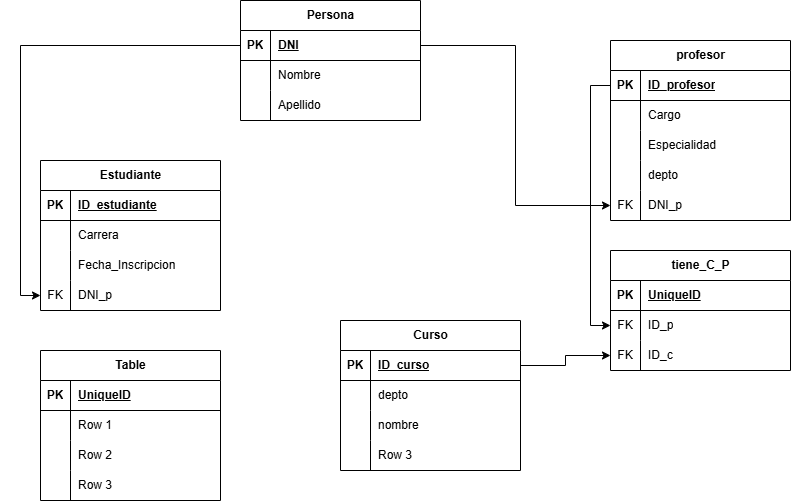
Earlier version of the draw.io export Diagramas_E_R/Diagrama_actividad_3.drawio.png (Gabitoto/Bases-de-Datos). Source tidied: cells renumbered, new cells last; positions are measured from the earlier drawing's top-left corner, leaving out a move shared by most shapes.
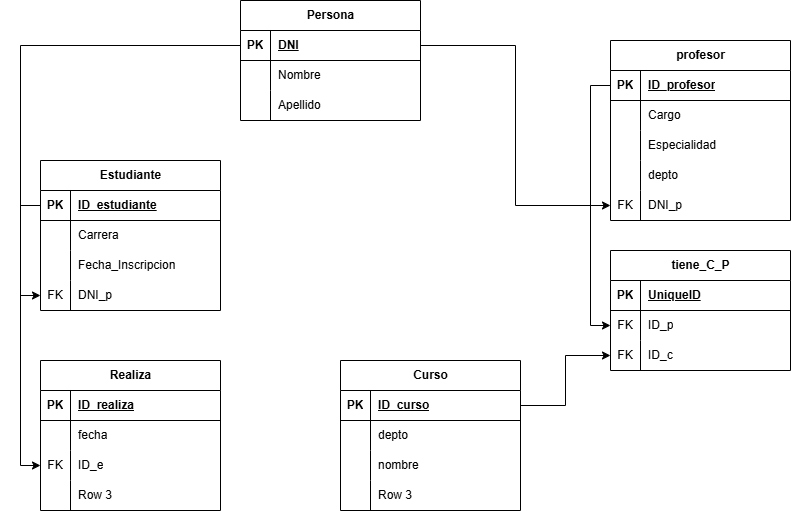
The same diagram one commit later.

Diff of the diagram source:
```diff
@@ -128,8 +128,8 @@
     <mxCell id="43" style="edgeStyle=orthogonalEdgeStyle;rounded=0;jettySize=auto;html=1;exitX=1;exitY=0.5;exitDx=0;exitDy=0;entryX=0;entryY=0.5;entryDx=0;entryDy=0;" parent="1" edge="1" source="3" target="40">
       <mxGeometry relative="1" as="geometry" />
     </mxCell>
-    <mxCell id="44" value="Table" style="shape=table;startSize=30;rowLines=0;fontStyle=1;align=center;html=1;" parent="1" vertex="1">
-      <mxGeometry x="40" y="350" width="180" height="150" as="geometry" />
+    <mxCell id="44" value="Realiza" style="shape=table;startSize=30;rowLines=0;fontStyle=1;align=center;html=1;" parent="1" vertex="1">
+      <mxGeometry x="40" y="360" width="180" height="150" as="geometry" />
     </mxCell>
     <mxCell id="45" style="shape=tableRow;horizontal=0;startSize=0;swimlaneHead=0;swimlaneBody=0;fillColor=none;top=0;left=0;right=0;bottom=1;" parent="44" vertex="1">
       <mxGeometry y="30" width="180" height="30" as="geometry" />
@@ -137,7 +137,7 @@
     <mxCell id="46" value="PK" style="shape=partialRectangle;fillColor=none;top=0;left=0;bottom=0;right=0;fontStyle=1;overflow=hidden;whiteSpace=wrap;html=1;" parent="45" vertex="1">
       <mxGeometry width="30" height="30" as="geometry" />
     </mxCell>
-    <mxCell id="47" value="UniqueID" style="shape=partialRectangle;fillColor=none;top=0;left=0;bottom=0;right=0;align=left;spacingLeft=6;fontStyle=5;overflow=hidden;whiteSpace=wrap;html=1;" parent="45" vertex="1">
+    <mxCell id="47" value="ID_realiza" style="shape=partialRectangle;fillColor=none;top=0;left=0;bottom=0;right=0;align=left;spacingLeft=6;fontStyle=5;overflow=hidden;whiteSpace=wrap;html=1;" parent="45" vertex="1">
       <mxGeometry x="30" width="150" height="30" as="geometry" />
     </mxCell>
     <mxCell id="48" style="shape=tableRow;horizontal=0;startSize=0;swimlaneHead=0;swimlaneBody=0;fillColor=none;top=0;left=0;right=0;bottom=0;" parent="44" vertex="1">
@@ -146,16 +146,16 @@
     <mxCell id="49" style="shape=partialRectangle;fillColor=none;top=0;left=0;bottom=0;right=0;overflow=hidden;whiteSpace=wrap;html=1;" parent="48" vertex="1">
       <mxGeometry width="30" height="30" as="geometry" />
     </mxCell>
-    <mxCell id="50" value="Row 1" style="shape=partialRectangle;fillColor=none;top=0;left=0;bottom=0;right=0;align=left;spacingLeft=6;overflow=hidden;whiteSpace=wrap;html=1;" parent="48" vertex="1">
+    <mxCell id="50" value="fecha" style="shape=partialRectangle;fillColor=none;top=0;left=0;bottom=0;right=0;align=left;spacingLeft=6;overflow=hidden;whiteSpace=wrap;html=1;" parent="48" vertex="1">
       <mxGeometry x="30" width="150" height="30" as="geometry" />
     </mxCell>
     <mxCell id="51" style="shape=tableRow;horizontal=0;startSize=0;swimlaneHead=0;swimlaneBody=0;fillColor=none;points=[[0,0.5],[1,0.5]];portConstraint=eastwest;top=0;left=0;right=0;bottom=0;" parent="44" vertex="1">
       <mxGeometry y="90" width="180" height="30" as="geometry" />
     </mxCell>
-    <mxCell id="52" style="shape=partialRectangle;fillColor=none;top=0;left=0;bottom=0;right=0;overflow=hidden;whiteSpace=wrap;html=1;" parent="51" vertex="1">
+    <mxCell id="52" value="FK" style="shape=partialRectangle;fillColor=none;top=0;left=0;bottom=0;right=0;overflow=hidden;whiteSpace=wrap;html=1;" parent="51" vertex="1">
       <mxGeometry width="30" height="30" as="geometry" />
     </mxCell>
-    <mxCell id="53" value="Row 2" style="shape=partialRectangle;fillColor=none;top=0;left=0;bottom=0;right=0;align=left;spacingLeft=6;overflow=hidden;whiteSpace=wrap;html=1;" parent="51" vertex="1">
+    <mxCell id="53" value="ID_e" style="shape=partialRectangle;fillColor=none;top=0;left=0;bottom=0;right=0;align=left;spacingLeft=6;overflow=hidden;whiteSpace=wrap;html=1;" parent="51" vertex="1">
       <mxGeometry x="30" width="150" height="30" as="geometry" />
     </mxCell>
     <mxCell id="54" style="shape=tableRow;horizontal=0;startSize=0;swimlaneHead=0;swimlaneBody=0;fillColor=none;top=0;left=0;right=0;bottom=0;" parent="44" vertex="1">
@@ -168,7 +168,7 @@
       <mxGeometry x="30" width="150" height="30" as="geometry" />
     </mxCell>
     <mxCell id="57" value="Curso" style="shape=table;startSize=30;rowLines=0;fontStyle=1;align=center;html=1;" parent="1" vertex="1">
-      <mxGeometry x="340" y="320" width="180" height="150" as="geometry" />
+      <mxGeometry x="340" y="360" width="180" height="150" as="geometry" />
     </mxCell>
     <mxCell id="58" style="shape=tableRow;horizontal=0;startSize=0;swimlaneHead=0;swimlaneBody=0;fillColor=none;points=[[0,0.5],[1,0.5]];portConstraint=eastwest;top=0;left=0;right=0;bottom=1;" parent="57" vertex="1">
       <mxGeometry y="30" width="180" height="30" as="geometry" />
@@ -242,5 +242,8 @@
     <mxCell id="81" style="edgeStyle=orthogonalEdgeStyle;rounded=0;jettySize=auto;html=1;exitX=0;exitY=0.5;exitDx=0;exitDy=0;entryX=0;entryY=0.5;entryDx=0;entryDy=0;" parent="1" edge="1" source="28" target="74">
       <mxGeometry relative="1" as="geometry" />
     </mxCell>
+    <mxCell id="82" style="edgeStyle=orthogonalEdgeStyle;rounded=0;jettySize=auto;html=1;exitX=0;exitY=0.5;exitDx=0;exitDy=0;entryX=0;entryY=0.5;entryDx=0;entryDy=0;" parent="1" edge="1" source="14" target="51">
+      <mxGeometry relative="1" as="geometry" />
+    </mxCell>
   </root>
 </mxGraphModel>
```
